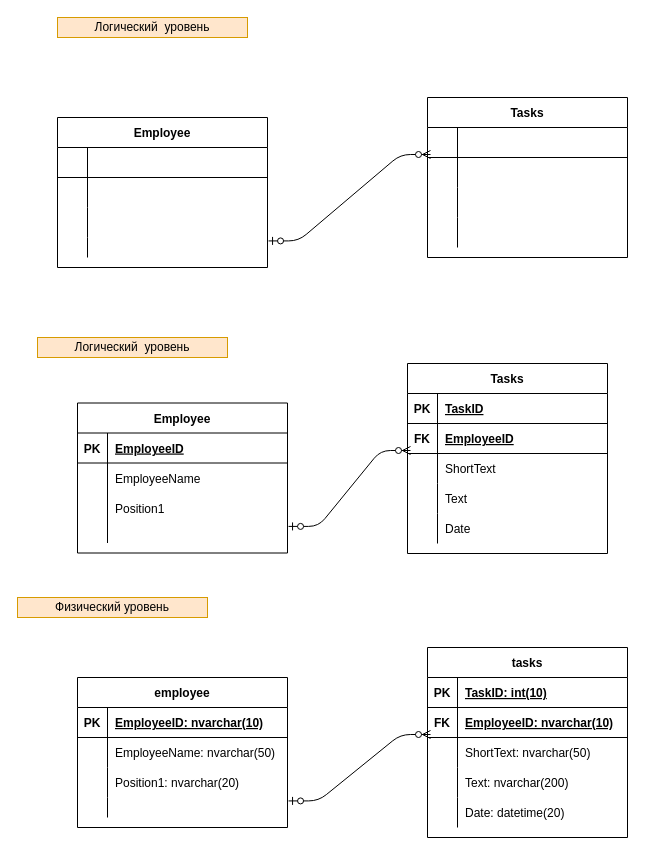
The draw.io diagram ER-ДИАГРАММЫ.drawio in AmazingViki/repo-gue, before the edit. Source tidied: cells renumbered, new cells numbered last; positions are measured from the earlier drawing's top-left corner, leaving out a move shared by most shapes. Both pictures are drawn from the tidied source at 100%, with x=0, y=0 at pixel (17, 17).
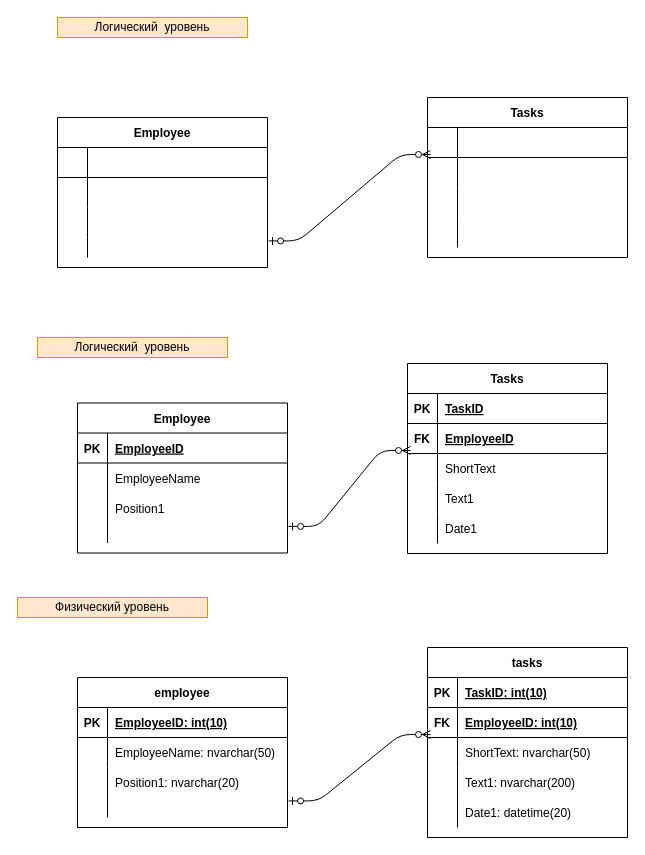
The same page after the edit.

Unchanged cells that the change refers to:
```xml
<mxCell id="54" style="shape=partialRectangle;fillColor=none;top=0;left=0;bottom=0;right=0;" parent="44" vertex="1">
  <mxGeometry y="120" width="200" height="30" as="geometry" />
</mxCell>
<mxCell id="57" style="shape=partialRectangle;fillColor=none;top=0;left=0;bottom=0;right=0;" parent="44" vertex="1">
  <mxGeometry y="150" width="200" height="30" as="geometry" />
</mxCell>
<mxCell id="63" style="shape=partialRectangle;fillColor=none;top=0;left=0;bottom=1;right=0;" parent="62" vertex="1">
  <mxGeometry y="30" width="210" height="30" as="geometry" />
</mxCell>
<mxCell id="79" style="shape=partialRectangle;fillColor=none;top=0;left=0;bottom=1;right=0;" parent="75" vertex="1">
  <mxGeometry y="60" width="200" height="30" as="geometry" />
</mxCell>
<mxCell id="85" style="shape=partialRectangle;fillColor=none;top=0;left=0;bottom=0;right=0;" parent="75" vertex="1">
  <mxGeometry y="120" width="200" height="30" as="geometry" />
</mxCell>
<mxCell id="88" style="shape=partialRectangle;fillColor=none;top=0;left=0;bottom=0;right=0;" parent="75" vertex="1">
  <mxGeometry y="150" width="200" height="30" as="geometry" />
</mxCell>
```

What changed in the source:
```diff
@@
-    <mxCell id="56" value="Text" style="shape=partialRectangle;fillColor=none;top=0;left=0;bottom=0;right=0;align=left;spacingLeft=6;overflow=hidden;" parent="54" vertex="1">
+    <mxCell id="56" value="Text1" style="shape=partialRectangle;fillColor=none;top=0;left=0;bottom=0;right=0;align=left;spacingLeft=6;overflow=hidden;" parent="54" vertex="1">
       <mxGeometry x="30" width="170" height="30" as="geometry" />
     </mxCell>
@@
-    <mxCell id="59" value="Date" style="shape=partialRectangle;fillColor=none;top=0;left=0;bottom=0;right=0;align=left;spacingLeft=6;overflow=hidden;" parent="57" vertex="1">
+    <mxCell id="59" value="Date1" style="shape=partialRectangle;fillColor=none;top=0;left=0;bottom=0;right=0;align=left;spacingLeft=6;overflow=hidden;" parent="57" vertex="1">
       <mxGeometry x="30" width="170" height="30" as="geometry" />
     </mxCell>
@@
-    <mxCell id="65" value="EmployeeID: nvarchar(10)" style="shape=partialRectangle;fillColor=none;top=0;left=0;bottom=0;right=0;align=left;spacingLeft=6;fontStyle=5;overflow=hidden;" parent="63" vertex="1">
+    <mxCell id="65" value="EmployeeID: int(10)" style="shape=partialRectangle;fillColor=none;top=0;left=0;bottom=0;right=0;align=left;spacingLeft=6;fontStyle=5;overflow=hidden;" parent="63" vertex="1">
       <mxGeometry x="30" width="180" height="30" as="geometry" />
     </mxCell>
@@
-    <mxCell id="81" value="EmployeeID: nvarchar(10)" style="shape=partialRectangle;fillColor=none;top=0;left=0;bottom=0;right=0;align=left;spacingLeft=6;fontStyle=5;overflow=hidden;" parent="79" vertex="1">
+    <mxCell id="81" value="EmployeeID: int(10)" style="shape=partialRectangle;fillColor=none;top=0;left=0;bottom=0;right=0;align=left;spacingLeft=6;fontStyle=5;overflow=hidden;" parent="79" vertex="1">
       <mxGeometry x="30" width="170" height="30" as="geometry" />
     </mxCell>
@@
-    <mxCell id="87" value="Text: nvarchar(200)" style="shape=partialRectangle;fillColor=none;top=0;left=0;bottom=0;right=0;align=left;spacingLeft=6;overflow=hidden;" parent="85" vertex="1">
+    <mxCell id="87" value="Text1: nvarchar(200)" style="shape=partialRectangle;fillColor=none;top=0;left=0;bottom=0;right=0;align=left;spacingLeft=6;overflow=hidden;" parent="85" vertex="1">
       <mxGeometry x="30" width="170" height="30" as="geometry" />
     </mxCell>
@@
-    <mxCell id="90" value="Date: datetime(20)" style="shape=partialRectangle;fillColor=none;top=0;left=0;bottom=0;right=0;align=left;spacingLeft=6;overflow=hidden;" parent="88" vertex="1">
+    <mxCell id="90" value="Date1: datetime(20)" style="shape=partialRectangle;fillColor=none;top=0;left=0;bottom=0;right=0;align=left;spacingLeft=6;overflow=hidden;" parent="88" vertex="1">
       <mxGeometry x="30" width="170" height="30" as="geometry" />
     </mxCell>
```
